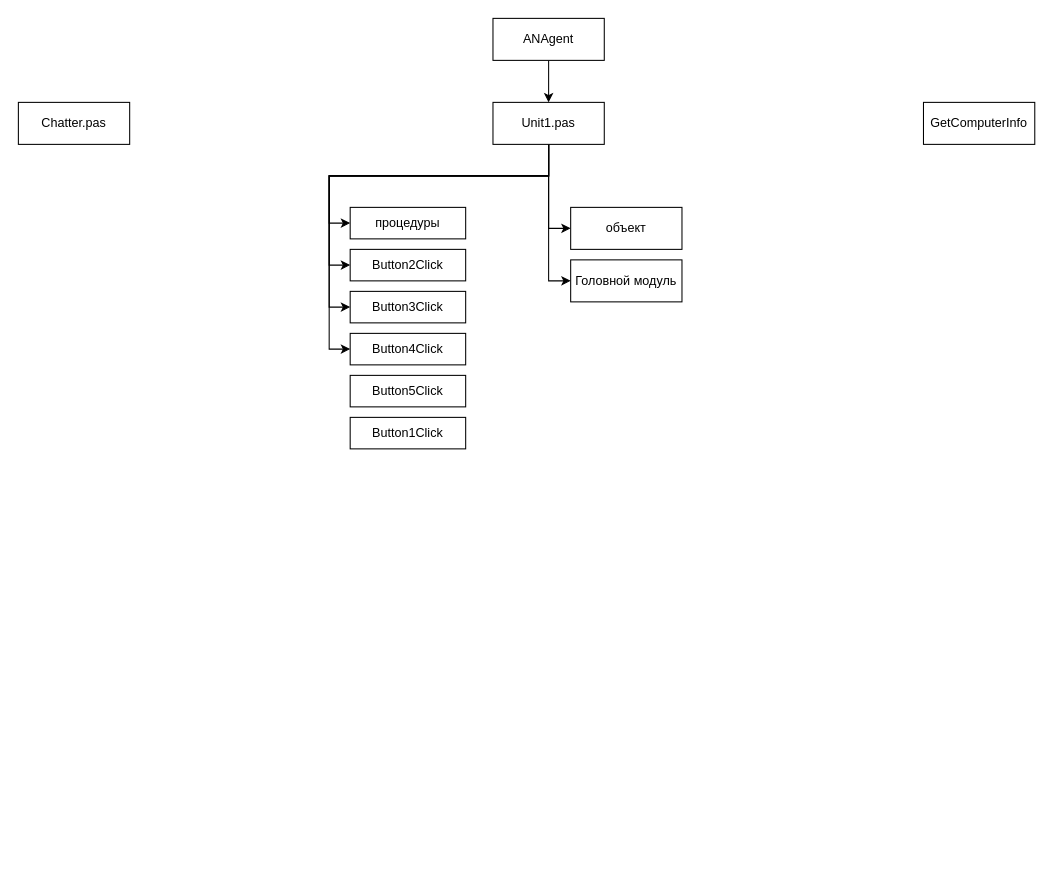
Above: Структура ПО.drawio in OhotnikovV/AvIS (draw.io), before the change. Source tidied: cells renumbered, new cells numbered last; positions are measured from the earlier drawing's top-left corner, leaving out a move shared by most shapes. Both pictures are drawn from the tidied source at 105%, with x=0, y=0 at pixel (18, 18).
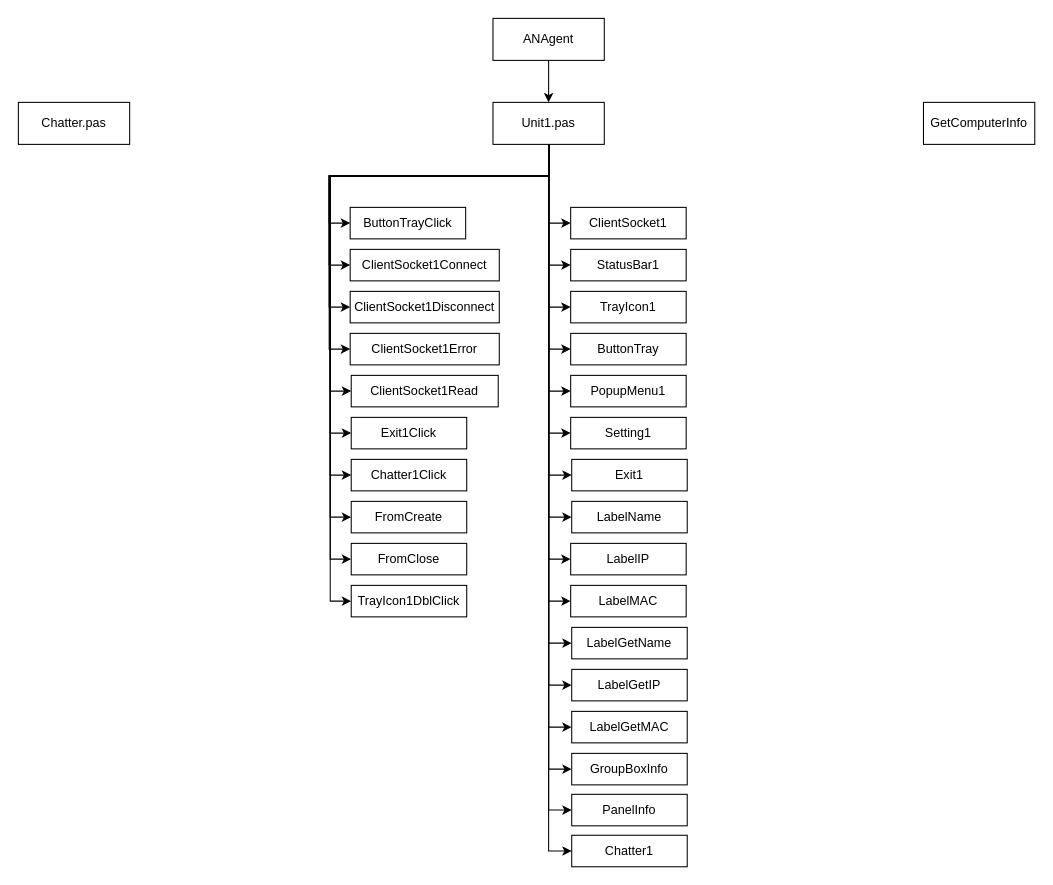
The same diagram, later.

Unchanged cells that the change refers to:
```xml
<mxCell id="8" value="Unit1.pas" style="rounded=0;whiteSpace=wrap;html=1;" parent="1" vertex="1">
  <mxGeometry x="452" y="80" width="106" height="40" as="geometry" />
</mxCell>
```

Change to the diagram source:
```diff
@@
-    <mxCell id="2" style="edgeStyle=orthogonalEdgeStyle;rounded=0;jettySize=auto;html=1;exitX=0.5;exitY=1;exitDx=0;exitDy=0;entryX=0;entryY=0.5;entryDx=0;entryDy=0;" parent="1" edge="1" source="8" target="9">
-      <mxGeometry relative="1" as="geometry">
-        <Array as="points">
-          <mxPoint x="505" y="200" />
-        </Array>
-      </mxGeometry>
-    </mxCell>
-    <mxCell id="3" style="edgeStyle=orthogonalEdgeStyle;rounded=0;jettySize=auto;html=1;exitX=0.5;exitY=1;exitDx=0;exitDy=0;entryX=0;entryY=0.5;entryDx=0;entryDy=0;" parent="1" edge="1" source="8" target="10">
-      <mxGeometry relative="1" as="geometry" />
-    </mxCell>
+    <mxCell id="21" style="edgeStyle=orthogonalEdgeStyle;rounded=0;jettySize=auto;html=1;exitX=0.5;exitY=1;exitDx=0;exitDy=0;entryX=0;entryY=0.5;entryDx=0;entryDy=0;" parent="1" edge="1" source="8" target="46">
+      <mxGeometry relative="1" as="geometry">
+        <Array as="points">
+          <mxPoint x="505" y="150" />
+          <mxPoint x="297" y="150" />
+          <mxPoint x="297" y="355" />
+        </Array>
+      </mxGeometry>
+    </mxCell>
+    <mxCell id="22" style="edgeStyle=orthogonalEdgeStyle;rounded=0;jettySize=auto;html=1;exitX=0.5;exitY=1;exitDx=0;exitDy=0;entryX=0;entryY=0.5;entryDx=0;entryDy=0;" parent="1" edge="1" source="8" target="47">
+      <mxGeometry relative="1" as="geometry">
+        <Array as="points">
+          <mxPoint x="505" y="150" />
+          <mxPoint x="297" y="150" />
+          <mxPoint x="297" y="395" />
+        </Array>
+      </mxGeometry>
+    </mxCell>
+    <mxCell id="5" style="edgeStyle=orthogonalEdgeStyle;rounded=0;jettySize=auto;html=1;exitX=0.5;exitY=1;exitDx=0;exitDy=0;entryX=0;entryY=0.5;entryDx=0;entryDy=0;" parent="1" edge="1" source="8" target="12">
+      <mxGeometry relative="1" as="geometry">
+        <Array as="points">
+          <mxPoint x="505" y="150" />
+          <mxPoint x="297" y="150" />
+          <mxPoint x="297" y="435" />
+        </Array>
+      </mxGeometry>
+    </mxCell>
+    <mxCell id="23" style="edgeStyle=orthogonalEdgeStyle;rounded=0;jettySize=auto;html=1;exitX=0.5;exitY=1;exitDx=0;exitDy=0;entryX=0;entryY=0.5;entryDx=0;entryDy=0;" parent="1" edge="1" source="8" target="48">
+      <mxGeometry relative="1" as="geometry">
+        <Array as="points">
+          <mxPoint x="505" y="150" />
+          <mxPoint x="297" y="150" />
+          <mxPoint x="297" y="475" />
+        </Array>
+      </mxGeometry>
+    </mxCell>
+    <mxCell id="24" style="edgeStyle=orthogonalEdgeStyle;rounded=0;jettySize=auto;html=1;exitX=0.5;exitY=1;exitDx=0;exitDy=0;entryX=0;entryY=0.5;entryDx=0;entryDy=0;" parent="1" edge="1" source="8" target="49">
+      <mxGeometry relative="1" as="geometry">
+        <Array as="points">
+          <mxPoint x="505" y="150" />
+          <mxPoint x="297" y="150" />
+          <mxPoint x="297" y="515" />
+        </Array>
+      </mxGeometry>
+    </mxCell>
+    <mxCell id="25" style="edgeStyle=orthogonalEdgeStyle;rounded=0;jettySize=auto;html=1;exitX=0.5;exitY=1;exitDx=0;exitDy=0;entryX=0;entryY=0.5;entryDx=0;entryDy=0;" parent="1" edge="1" source="8" target="50">
+      <mxGeometry relative="1" as="geometry">
+        <Array as="points">
+          <mxPoint x="505" y="150" />
+          <mxPoint x="297" y="150" />
+          <mxPoint x="297" y="555" />
+        </Array>
+      </mxGeometry>
+    </mxCell>
+    <mxCell id="26" style="edgeStyle=orthogonalEdgeStyle;rounded=0;jettySize=auto;html=1;exitX=0.5;exitY=1;exitDx=0;exitDy=0;entryX=0;entryY=0.5;entryDx=0;entryDy=0;" parent="1" edge="1" source="8" target="45">
+      <mxGeometry relative="1" as="geometry">
+        <Array as="points">
+          <mxPoint x="505" y="150" />
+          <mxPoint x="296" y="150" />
+          <mxPoint x="296" y="315" />
+        </Array>
+      </mxGeometry>
+    </mxCell>
@@
-    <mxCell id="5" style="edgeStyle=orthogonalEdgeStyle;rounded=0;jettySize=auto;html=1;exitX=0.5;exitY=1;exitDx=0;exitDy=0;entryX=0;entryY=0.5;entryDx=0;entryDy=0;" parent="1" edge="1" source="8" target="12">
-      <mxGeometry relative="1" as="geometry">
-        <Array as="points">
-          <mxPoint x="505" y="150" />
-          <mxPoint x="296" y="150" />
-          <mxPoint x="296" y="235" />
-        </Array>
-      </mxGeometry>
-    </mxCell>
     <mxCell id="6" style="edgeStyle=orthogonalEdgeStyle;rounded=0;jettySize=auto;html=1;exitX=0.5;exitY=1;exitDx=0;exitDy=0;entryX=0;entryY=0.5;entryDx=0;entryDy=0;" parent="1" edge="1" source="8" target="13">
       <mxGeometry relative="1" as="geometry">
         <Array as="points">
           <mxPoint x="505" y="150" />
           <mxPoint x="296" y="150" />
-          <mxPoint x="296" y="275" />
+          <mxPoint x="296" y="235" />
         </Array>
       </mxGeometry>
     </mxCell>
-    <mxCell id="7" style="edgeStyle=orthogonalEdgeStyle;rounded=0;jettySize=auto;html=1;exitX=0.5;exitY=1;exitDx=0;exitDy=0;entryX=0;entryY=0.5;entryDx=0;entryDy=0;" parent="1" edge="1" source="8" target="14">
-      <mxGeometry relative="1" as="geometry">
-        <Array as="points">
-          <mxPoint x="505" y="150" />
-          <mxPoint x="296" y="150" />
-          <mxPoint x="296" y="315" />
-        </Array>
-      </mxGeometry>
-    </mxCell>
+    <mxCell id="27" style="edgeStyle=orthogonalEdgeStyle;rounded=0;jettySize=auto;html=1;exitX=0.5;exitY=1;exitDx=0;exitDy=0;entryX=0;entryY=0.5;entryDx=0;entryDy=0;" parent="1" edge="1" source="8" target="44">
+      <mxGeometry relative="1" as="geometry">
+        <Array as="points">
+          <mxPoint x="505" y="150" />
+          <mxPoint x="296" y="150" />
+          <mxPoint x="296" y="275" />
+        </Array>
+      </mxGeometry>
+    </mxCell>
+    <mxCell id="28" style="edgeStyle=orthogonalEdgeStyle;rounded=0;jettySize=auto;html=1;exitX=0.5;exitY=1;exitDx=0;exitDy=0;entryX=0;entryY=0.5;entryDx=0;entryDy=0;" parent="1" edge="1" source="8" target="51">
+      <mxGeometry relative="1" as="geometry" />
+    </mxCell>
+    <mxCell id="29" style="edgeStyle=orthogonalEdgeStyle;rounded=0;jettySize=auto;html=1;exitX=0.5;exitY=1;exitDx=0;exitDy=0;entryX=0;entryY=0.5;entryDx=0;entryDy=0;" parent="1" edge="1" source="8" target="52">
+      <mxGeometry relative="1" as="geometry" />
+    </mxCell>
+    <mxCell id="30" style="edgeStyle=orthogonalEdgeStyle;rounded=0;jettySize=auto;html=1;exitX=0.5;exitY=1;exitDx=0;exitDy=0;entryX=0;entryY=0.5;entryDx=0;entryDy=0;" parent="1" edge="1" source="8" target="53">
+      <mxGeometry relative="1" as="geometry" />
+    </mxCell>
+    <mxCell id="31" style="edgeStyle=orthogonalEdgeStyle;rounded=0;jettySize=auto;html=1;exitX=0.5;exitY=1;exitDx=0;exitDy=0;entryX=0;entryY=0.5;entryDx=0;entryDy=0;" parent="1" edge="1" source="8" target="54">
+      <mxGeometry relative="1" as="geometry" />
+    </mxCell>
+    <mxCell id="32" style="edgeStyle=orthogonalEdgeStyle;rounded=0;jettySize=auto;html=1;exitX=0.5;exitY=1;exitDx=0;exitDy=0;entryX=0;entryY=0.5;entryDx=0;entryDy=0;" parent="1" edge="1" source="8" target="55">
+      <mxGeometry relative="1" as="geometry" />
+    </mxCell>
+    <mxCell id="33" style="edgeStyle=orthogonalEdgeStyle;rounded=0;jettySize=auto;html=1;exitX=0.5;exitY=1;exitDx=0;exitDy=0;entryX=0;entryY=0.5;entryDx=0;entryDy=0;" parent="1" edge="1" source="8" target="56">
+      <mxGeometry relative="1" as="geometry" />
+    </mxCell>
+    <mxCell id="34" style="edgeStyle=orthogonalEdgeStyle;rounded=0;jettySize=auto;html=1;exitX=0.5;exitY=1;exitDx=0;exitDy=0;entryX=0;entryY=0.5;entryDx=0;entryDy=0;" parent="1" edge="1" source="8" target="57">
+      <mxGeometry relative="1" as="geometry" />
+    </mxCell>
+    <mxCell id="35" style="edgeStyle=orthogonalEdgeStyle;rounded=0;jettySize=auto;html=1;exitX=0.5;exitY=1;exitDx=0;exitDy=0;entryX=0;entryY=0.5;entryDx=0;entryDy=0;" parent="1" edge="1" source="8" target="58">
+      <mxGeometry relative="1" as="geometry" />
+    </mxCell>
+    <mxCell id="36" style="edgeStyle=orthogonalEdgeStyle;rounded=0;jettySize=auto;html=1;exitX=0.5;exitY=1;exitDx=0;exitDy=0;entryX=0;entryY=0.5;entryDx=0;entryDy=0;" parent="1" edge="1" source="8" target="59">
+      <mxGeometry relative="1" as="geometry" />
+    </mxCell>
+    <mxCell id="37" style="edgeStyle=orthogonalEdgeStyle;rounded=0;jettySize=auto;html=1;exitX=0.5;exitY=1;exitDx=0;exitDy=0;entryX=0;entryY=0.5;entryDx=0;entryDy=0;" parent="1" edge="1" source="8" target="60">
+      <mxGeometry relative="1" as="geometry" />
+    </mxCell>
+    <mxCell id="38" style="edgeStyle=orthogonalEdgeStyle;rounded=0;jettySize=auto;html=1;exitX=0.5;exitY=1;exitDx=0;exitDy=0;entryX=0;entryY=0.5;entryDx=0;entryDy=0;" parent="1" edge="1" source="8" target="61">
+      <mxGeometry relative="1" as="geometry" />
+    </mxCell>
+    <mxCell id="39" style="edgeStyle=orthogonalEdgeStyle;rounded=0;jettySize=auto;html=1;exitX=0.5;exitY=1;exitDx=0;exitDy=0;entryX=0;entryY=0.5;entryDx=0;entryDy=0;" parent="1" edge="1" source="8" target="62">
+      <mxGeometry relative="1" as="geometry" />
+    </mxCell>
+    <mxCell id="40" style="edgeStyle=orthogonalEdgeStyle;rounded=0;jettySize=auto;html=1;exitX=0.5;exitY=1;exitDx=0;exitDy=0;entryX=0;entryY=0.5;entryDx=0;entryDy=0;" parent="1" edge="1" source="8" target="63">
+      <mxGeometry relative="1" as="geometry" />
+    </mxCell>
+    <mxCell id="41" style="edgeStyle=orthogonalEdgeStyle;rounded=0;jettySize=auto;html=1;exitX=0.5;exitY=1;exitDx=0;exitDy=0;entryX=0;entryY=0.5;entryDx=0;entryDy=0;" parent="1" edge="1" source="8" target="64">
+      <mxGeometry relative="1" as="geometry" />
+    </mxCell>
+    <mxCell id="42" style="edgeStyle=orthogonalEdgeStyle;rounded=0;jettySize=auto;html=1;exitX=0.5;exitY=1;exitDx=0;exitDy=0;entryX=0;entryY=0.5;entryDx=0;entryDy=0;" parent="1" edge="1" source="8" target="65">
+      <mxGeometry relative="1" as="geometry" />
+    </mxCell>
+    <mxCell id="43" style="edgeStyle=orthogonalEdgeStyle;rounded=0;jettySize=auto;html=1;exitX=0.5;exitY=1;exitDx=0;exitDy=0;entryX=0;entryY=0.5;entryDx=0;entryDy=0;" parent="1" edge="1" source="8" target="66">
+      <mxGeometry relative="1" as="geometry" />
+    </mxCell>
@@
-    <mxCell id="9" value="объект" style="rounded=0;whiteSpace=wrap;html=1;" parent="1" vertex="1">
-      <mxGeometry x="526" y="180" width="106" height="40" as="geometry" />
-    </mxCell>
-    <mxCell id="10" value="Головной модуль" style="rounded=0;whiteSpace=wrap;html=1;" parent="1" vertex="1">
-      <mxGeometry x="526" y="230" width="106" height="40" as="geometry" />
-    </mxCell>
-    <mxCell id="11" value="процедуры" style="rounded=0;whiteSpace=wrap;html=1;" parent="1" vertex="1">
+    <mxCell id="11" value="ButtonTrayClick" style="rounded=0;whiteSpace=wrap;html=1;" parent="1" vertex="1">
       <mxGeometry x="316" y="180" width="110" height="30" as="geometry" />
     </mxCell>
-    <mxCell id="12" value="Button2Click" style="rounded=0;whiteSpace=wrap;html=1;" parent="1" vertex="1">
-      <mxGeometry x="316" y="220" width="110" height="30" as="geometry" />
+    <mxCell id="12" value="Chatter1Click" style="rounded=0;whiteSpace=wrap;html=1;" parent="1" vertex="1">
+      <mxGeometry x="317" y="420" width="110" height="30" as="geometry" />
     </mxCell>
-    <mxCell id="13" value="Button3Click" style="rounded=0;whiteSpace=wrap;html=1;" parent="1" vertex="1">
-      <mxGeometry x="316" y="260" width="110" height="30" as="geometry" />
+    <mxCell id="13" value="ClientSocket1Connect" style="rounded=0;whiteSpace=wrap;html=1;" parent="1" vertex="1">
+      <mxGeometry x="316" y="220" width="142" height="30" as="geometry" />
     </mxCell>
-    <mxCell id="14" value="Button4Click" style="rounded=0;whiteSpace=wrap;html=1;" parent="1" vertex="1">
-      <mxGeometry x="316" y="300" width="110" height="30" as="geometry" />
-    </mxCell>
-    <mxCell id="15" value="Button5Click" style="rounded=0;whiteSpace=wrap;html=1;" parent="1" vertex="1">
-      <mxGeometry x="316" y="340" width="110" height="30" as="geometry" />
-    </mxCell>
-    <mxCell id="16" value="Button1Click" style="rounded=0;whiteSpace=wrap;html=1;" parent="1" vertex="1">
-      <mxGeometry x="316" y="380" width="110" height="30" as="geometry" />
-    </mxCell>
@@
+    <mxCell id="44" value="ClientSocket1Disconnect" style="rounded=0;whiteSpace=wrap;html=1;" parent="1" vertex="1">
+      <mxGeometry x="316" y="260" width="142" height="30" as="geometry" />
+    </mxCell>
+    <mxCell id="45" value="ClientSocket1Error" style="rounded=0;whiteSpace=wrap;html=1;" parent="1" vertex="1">
+      <mxGeometry x="316" y="300" width="142" height="30" as="geometry" />
+    </mxCell>
+    <mxCell id="46" value="ClientSocket1Read" style="rounded=0;whiteSpace=wrap;html=1;" parent="1" vertex="1">
+      <mxGeometry x="317" y="340" width="140" height="30" as="geometry" />
+    </mxCell>
+    <mxCell id="47" value="Exit1Click" style="rounded=0;whiteSpace=wrap;html=1;" parent="1" vertex="1">
+      <mxGeometry x="317" y="380" width="110" height="30" as="geometry" />
+    </mxCell>
+    <mxCell id="48" value="FromCreate" style="rounded=0;whiteSpace=wrap;html=1;" parent="1" vertex="1">
+      <mxGeometry x="317" y="460" width="110" height="30" as="geometry" />
+    </mxCell>
+    <mxCell id="49" value="FromClose" style="rounded=0;whiteSpace=wrap;html=1;" parent="1" vertex="1">
+      <mxGeometry x="317" y="500" width="110" height="30" as="geometry" />
+    </mxCell>
+    <mxCell id="50" value="TrayIcon1DblClick" style="rounded=0;whiteSpace=wrap;html=1;" parent="1" vertex="1">
+      <mxGeometry x="317" y="540" width="110" height="30" as="geometry" />
+    </mxCell>
+    <mxCell id="51" value="ClientSocket1" style="rounded=0;whiteSpace=wrap;html=1;" parent="1" vertex="1">
+      <mxGeometry x="526" y="180" width="110" height="30" as="geometry" />
+    </mxCell>
+    <mxCell id="52" value="StatusBar1" style="rounded=0;whiteSpace=wrap;html=1;" parent="1" vertex="1">
+      <mxGeometry x="526" y="220" width="110" height="30" as="geometry" />
+    </mxCell>
+    <mxCell id="53" value="TrayIcon1" style="rounded=0;whiteSpace=wrap;html=1;" parent="1" vertex="1">
+      <mxGeometry x="526" y="260" width="110" height="30" as="geometry" />
+    </mxCell>
+    <mxCell id="54" value="ButtonTray" style="rounded=0;whiteSpace=wrap;html=1;" parent="1" vertex="1">
+      <mxGeometry x="526" y="300" width="110" height="30" as="geometry" />
+    </mxCell>
+    <mxCell id="55" value="PopupMenu1" style="rounded=0;whiteSpace=wrap;html=1;" parent="1" vertex="1">
+      <mxGeometry x="526" y="340" width="110" height="30" as="geometry" />
+    </mxCell>
+    <mxCell id="56" value="Setting1" style="rounded=0;whiteSpace=wrap;html=1;" parent="1" vertex="1">
+      <mxGeometry x="526" y="380" width="110" height="30" as="geometry" />
+    </mxCell>
+    <mxCell id="57" value="Exit1" style="rounded=0;whiteSpace=wrap;html=1;" parent="1" vertex="1">
+      <mxGeometry x="527" y="420" width="110" height="30" as="geometry" />
+    </mxCell>
+    <mxCell id="58" value="LabelName" style="rounded=0;whiteSpace=wrap;html=1;" parent="1" vertex="1">
+      <mxGeometry x="527" y="460" width="110" height="30" as="geometry" />
+    </mxCell>
+    <mxCell id="59" value="LabelIP" style="rounded=0;whiteSpace=wrap;html=1;" parent="1" vertex="1">
+      <mxGeometry x="526" y="500" width="110" height="30" as="geometry" />
+    </mxCell>
+    <mxCell id="60" value="LabelMAC" style="rounded=0;whiteSpace=wrap;html=1;" parent="1" vertex="1">
+      <mxGeometry x="526" y="540" width="110" height="30" as="geometry" />
+    </mxCell>
+    <mxCell id="61" value="LabelGetName" style="rounded=0;whiteSpace=wrap;html=1;" parent="1" vertex="1">
+      <mxGeometry x="527" y="580" width="110" height="30" as="geometry" />
+    </mxCell>
+    <mxCell id="62" value="LabelGetIP" style="rounded=0;whiteSpace=wrap;html=1;" parent="1" vertex="1">
+      <mxGeometry x="527" y="620" width="110" height="30" as="geometry" />
+    </mxCell>
+    <mxCell id="63" value="LabelGetMAC" style="rounded=0;whiteSpace=wrap;html=1;" parent="1" vertex="1">
+      <mxGeometry x="527" y="660" width="110" height="30" as="geometry" />
+    </mxCell>
+    <mxCell id="64" value="GroupBoxInfo" style="rounded=0;whiteSpace=wrap;html=1;" parent="1" vertex="1">
+      <mxGeometry x="527" y="700" width="110" height="30" as="geometry" />
+    </mxCell>
+    <mxCell id="65" value="PanelInfo" style="rounded=0;whiteSpace=wrap;html=1;" parent="1" vertex="1">
+      <mxGeometry x="527" y="739" width="110" height="30" as="geometry" />
+    </mxCell>
+    <mxCell id="66" value="Chatter1" style="rounded=0;whiteSpace=wrap;html=1;" parent="1" vertex="1">
+      <mxGeometry x="527" y="778" width="110" height="30" as="geometry" />
+    </mxCell>
```
